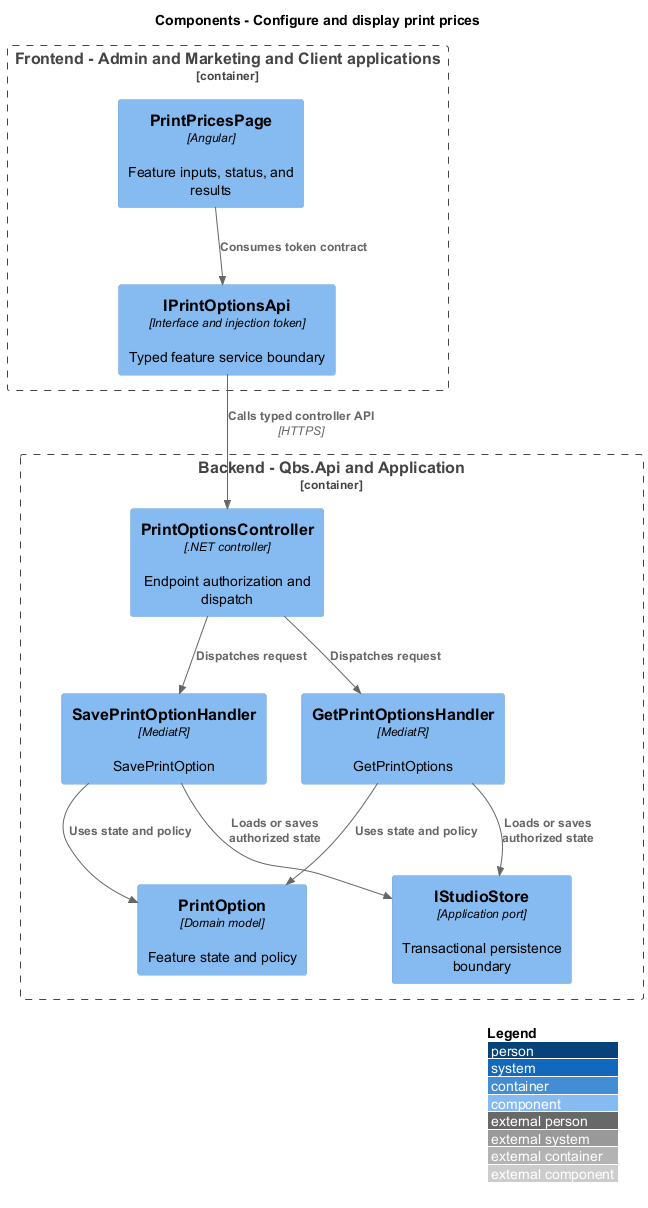
The PlantUML diagram docs/detailed-designs/prints-and-albums/configure-and-display-print-prices/diagrams/c4-component.png in QuinntyneBrown/quinntyne-brown-studio, before a commit. Source of this version:
```plantuml
@startuml
!include <C4/C4_Component>
LAYOUT_WITH_LEGEND()
title Components - Configure and display print prices
Container_Boundary(frontend, "Frontend - Admin and Marketing and Client applications") {
 Component(page, "PrintPricesPage", "Angular", "Feature inputs, status, and results")
 Component(client, "IPrintOptionsApi", "Interface and injection token", "Typed feature service boundary")
}
Container_Boundary(api, "Backend - Qbs.Api and Application") {
 Component(ctrl, "PrintOptionsController", ".NET controller", "Endpoint authorization and dispatch")
 Component(handler0, "SavePrintOptionHandler", "MediatR", "SavePrintOption")
 Component(handler1, "GetPrintOptionsHandler", "MediatR", "GetPrintOptions")
 Component(entity, "PrintOption", "Domain model", "Feature state and policy")
 Component(store, "IStudioStore", "Application port", "Transactional persistence boundary")
}
Rel(page, client, "Consumes token contract")
Rel(client, ctrl, "Calls typed controller API", "HTTPS")
Rel(ctrl, handler0, "Dispatches request")
Rel(handler0, entity, "Uses state and policy")
Rel(handler0, store, "Loads or saves authorized state")
Rel(ctrl, handler1, "Dispatches request")
Rel(handler1, entity, "Uses state and policy")
Rel(handler1, store, "Loads or saves authorized state")
@enduml
```
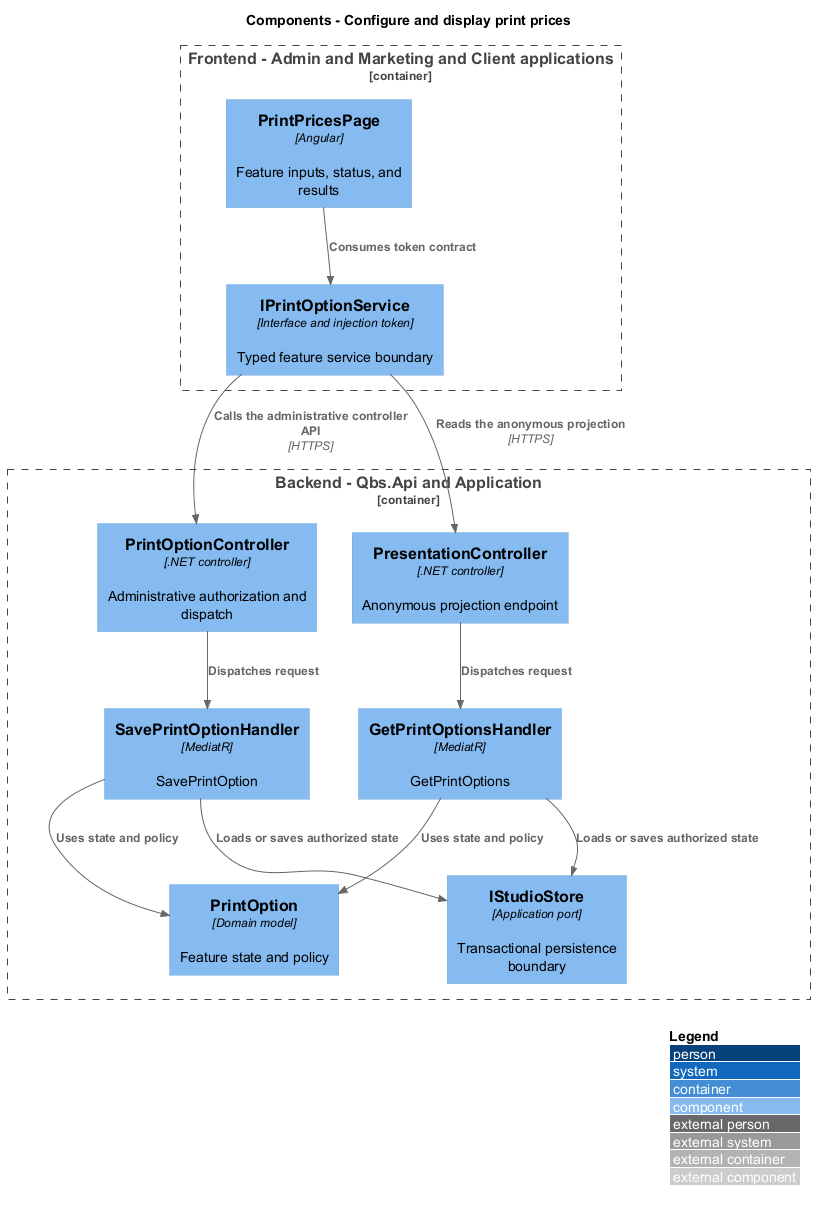
The same file after the commit.

Change to the diagram source:
```diff
@@ -4,21 +4,23 @@
 title Components - Configure and display print prices
 Container_Boundary(frontend, "Frontend - Admin and Marketing and Client applications") {
  Component(page, "PrintPricesPage", "Angular", "Feature inputs, status, and results")
- Component(client, "IPrintOptionsApi", "Interface and injection token", "Typed feature service boundary")
+ Component(client, "IPrintOptionService", "Interface and injection token", "Typed feature service boundary")
 }
 Container_Boundary(api, "Backend - Qbs.Api and Application") {
- Component(ctrl, "PrintOptionsController", ".NET controller", "Endpoint authorization and dispatch")
+ Component(ctrl, "PrintOptionController", ".NET controller", "Administrative authorization and dispatch")
+ Component(publicCtrl, "PresentationController", ".NET controller", "Anonymous projection endpoint")
  Component(handler0, "SavePrintOptionHandler", "MediatR", "SavePrintOption")
  Component(handler1, "GetPrintOptionsHandler", "MediatR", "GetPrintOptions")
  Component(entity, "PrintOption", "Domain model", "Feature state and policy")
  Component(store, "IStudioStore", "Application port", "Transactional persistence boundary")
 }
 Rel(page, client, "Consumes token contract")
-Rel(client, ctrl, "Calls typed controller API", "HTTPS")
+Rel(client, ctrl, "Calls the administrative controller API", "HTTPS")
+Rel(client, publicCtrl, "Reads the anonymous projection", "HTTPS")
 Rel(ctrl, handler0, "Dispatches request")
 Rel(handler0, entity, "Uses state and policy")
 Rel(handler0, store, "Loads or saves authorized state")
-Rel(ctrl, handler1, "Dispatches request")
+Rel(publicCtrl, handler1, "Dispatches request")
 Rel(handler1, entity, "Uses state and policy")
 Rel(handler1, store, "Loads or saves authorized state")
 @enduml
```
